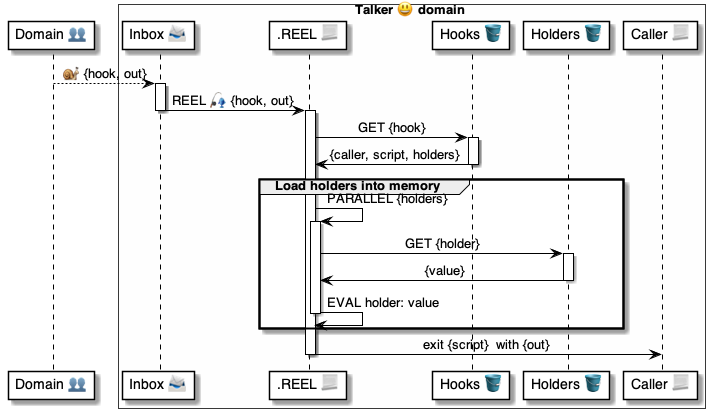
The PlantUML diagram 4 ⚙️ Solution/35 💬 Chats/Scripts 📃/📃 control ▶️/REEL 🎣/🎣 REEL ⚙️ uml.png in pollyweb-org/pollyweb-docs, before a commit. Its source is kept beside it as 4 ⚙️ Solution/35 💬 Chats/Scripts 📃/📃 control ▶️/REEL 🎣/🎣 REEL ⚙️ uml.puml.
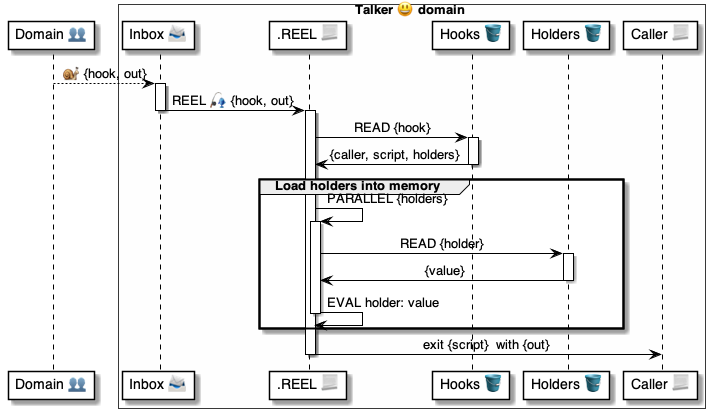
The same file after the commit.

Diff of the diagram source:
```diff
@@ -18,7 +18,7 @@
 deactivate inbox
 
 activate reel
-    reel -> hooks: GET {hook}
+    reel -> hooks: READ {hook}
 
     activate hooks
         hooks -> reel: {caller, script, holders}
@@ -28,7 +28,7 @@
 
         reel -> reel: PARALLEL {holders}
         activate reel
-            reel -> holders: GET {holder}
+            reel -> holders: READ {holder}
 
             activate holders
                 holders -> reel: {value}
```
